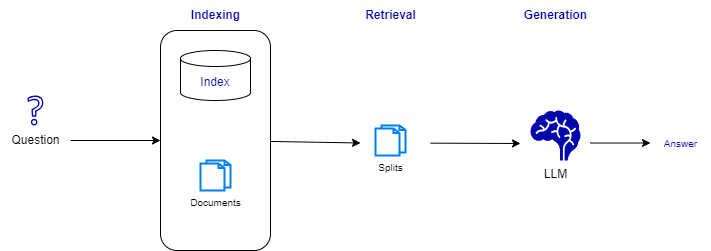
Before: docs/genAI/diagrams/rag_3_stages.drawio.png, a diagram exported from draw.io (jbcodeforce/ML-studies). Source tidied: cells renumbered, new cells last; positions are measured from the earlier drawing's top-left corner, leaving out a move shared by most shapes.
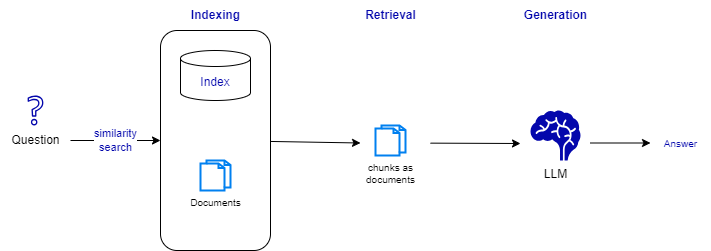
The same file after the commit.

What changed in the source:
```diff
@@ -11,7 +11,7 @@
     <mxCell id="3" value="LLM" style="shape=mxgraph.signs.healthcare.brain;html=1;fillColor=#0407AC;strokeColor=none;verticalLabelPosition=bottom;verticalAlign=top;align=center;" parent="1" vertex="1">
       <mxGeometry x="530" y="110" width="50" height="50" as="geometry" />
     </mxCell>
-    <mxCell id="4" style="edgeStyle=none;html=1;entryX=0;entryY=0.5;entryDx=0;entryDy=0;fontColor=#0407AC;" parent="1" edge="1" source="5" target="8">
+    <mxCell id="4" value="similarity&lt;br&gt;search" style="edgeStyle=none;html=1;entryX=0;entryY=0.5;entryDx=0;entryDy=0;fontColor=#0407AC;" parent="1" edge="1" source="5" target="8">
       <mxGeometry relative="1" as="geometry" />
     </mxCell>
     <mxCell id="5" value="Question" style="text;html=1;align=center;verticalAlign=middle;points=[];strokeColor=none;fillColor=none;" parent="1" vertex="1">
@@ -37,7 +37,7 @@
     <mxCell id="11" value="Answer" style="text;html=1;align=center;verticalAlign=middle;strokeColor=none;fillColor=none;fontSize=10;fontColor=#0407AC;" parent="1" vertex="1">
       <mxGeometry x="650" y="127.5" width="60" height="30" as="geometry" />
     </mxCell>
-    <mxCell id="12" value="Splits" style="html=1;verticalLabelPosition=bottom;align=center;labelBackgroundColor=#ffffff;verticalAlign=top;strokeWidth=2;strokeColor=#0080F0;shadow=0;dashed=0;shape=mxgraph.ios7.icons.documents;fontSize=10;" parent="1" vertex="1">
+    <mxCell id="12" value="chunks as&lt;br&gt;documents" style="html=1;verticalLabelPosition=bottom;align=center;labelBackgroundColor=#ffffff;verticalAlign=top;strokeWidth=2;strokeColor=#0080F0;shadow=0;dashed=0;shape=mxgraph.ios7.icons.documents;fontSize=10;" parent="1" vertex="1">
       <mxGeometry x="375" y="125" width="30" height="30" as="geometry" />
     </mxCell>
     <mxCell id="13" style="edgeStyle=none;html=1;fontSize=10;fontColor=#0407AC;" parent="1" edge="1">
```
